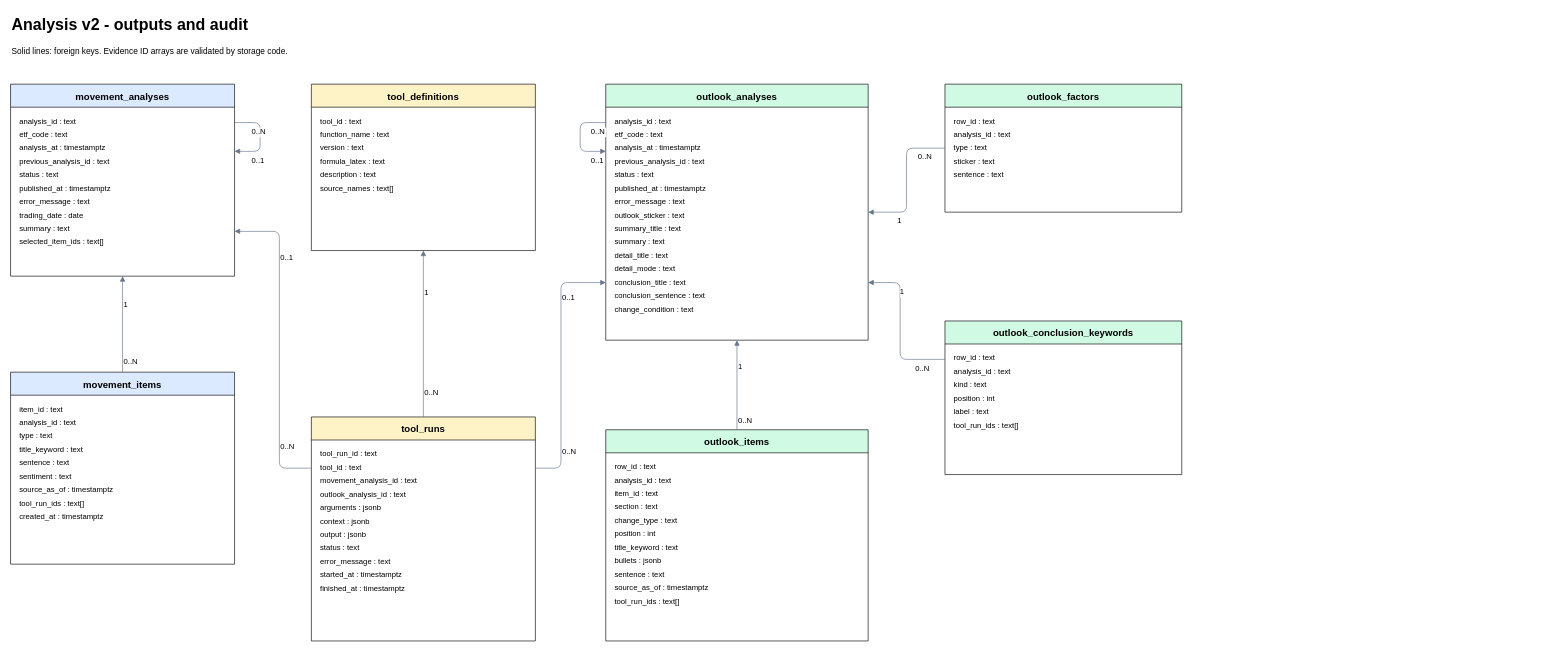
alphaeveryday/edge keeps this draw.io diagram as docs/data-model/domains/analysis-v2/erd.drawio. Above is the earlier version. Source tidied: cells renumbered, new cells numbered last; positions are measured from the earlier drawing's top-left corner, leaving out a move shared by most shapes. Both pictures are drawn from the tidied source at 64%, with x=0, y=0 at pixel (10, 10).
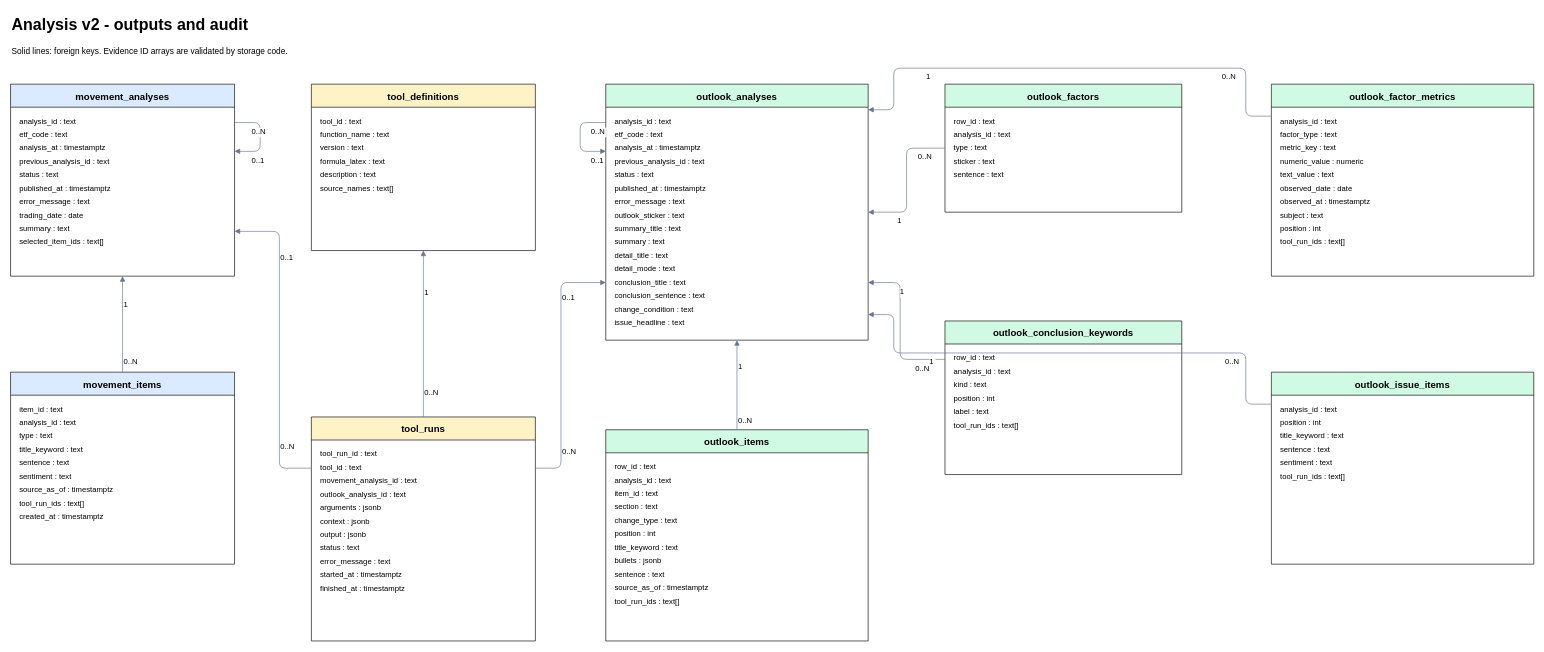
Above is the later version.

Commit message (it also covers changes not shown here):
docs(schema): 요인 상세 테이블 ERD 반영

Refs: ALPHA-1089

The change refers to these unchanged cells:
```xml
<mxCell id="25" value="outlook_analyses" style="swimlane;html=0;startSize=36;fillColor=#d1fae5;fontSize=15;" parent="1" vertex="1">
  <mxGeometry x="930" y="115" width="410" height="400" as="geometry" />
</mxCell>
```

What changed in the source:
```diff
@@
+    <mxCell id="112" value="issue_headline : text" style="text;html=0;align=left;fontSize=12;" parent="25" vertex="1">
+      <mxGeometry x="12" y="359" width="390" height="21" as="geometry" />
+    </mxCell>
+    <mxCell id="113" value="outlook_factor_metrics" style="swimlane;html=0;startSize=36;fillColor=#d1fae5;fontSize=15;" parent="1" vertex="1">
+      <mxGeometry x="1970" y="115" width="410" height="300" as="geometry" />
+    </mxCell>
+    <mxCell id="114" value="analysis_id : text" style="text;html=0;align=left;fontSize=12;" parent="113" vertex="1">
+      <mxGeometry x="12" y="44" width="390" height="21" as="geometry" />
+    </mxCell>
+    <mxCell id="115" value="factor_type : text" style="text;html=0;align=left;fontSize=12;" parent="113" vertex="1">
+      <mxGeometry x="12" y="65" width="390" height="21" as="geometry" />
+    </mxCell>
+    <mxCell id="116" value="metric_key : text" style="text;html=0;align=left;fontSize=12;" parent="113" vertex="1">
+      <mxGeometry x="12" y="86" width="390" height="21" as="geometry" />
+    </mxCell>
+    <mxCell id="117" value="numeric_value : numeric" style="text;html=0;align=left;fontSize=12;" parent="113" vertex="1">
+      <mxGeometry x="12" y="107" width="390" height="21" as="geometry" />
+    </mxCell>
+    <mxCell id="118" value="text_value : text" style="text;html=0;align=left;fontSize=12;" parent="113" vertex="1">
+      <mxGeometry x="12" y="128" width="390" height="21" as="geometry" />
+    </mxCell>
+    <mxCell id="119" value="observed_date : date" style="text;html=0;align=left;fontSize=12;" parent="113" vertex="1">
+      <mxGeometry x="12" y="149" width="390" height="21" as="geometry" />
+    </mxCell>
+    <mxCell id="120" value="observed_at : timestamptz" style="text;html=0;align=left;fontSize=12;" parent="113" vertex="1">
+      <mxGeometry x="12" y="170" width="390" height="21" as="geometry" />
+    </mxCell>
+    <mxCell id="121" value="subject : text" style="text;html=0;align=left;fontSize=12;" parent="113" vertex="1">
+      <mxGeometry x="12" y="191" width="390" height="21" as="geometry" />
+    </mxCell>
+    <mxCell id="122" value="position : int" style="text;html=0;align=left;fontSize=12;" parent="113" vertex="1">
+      <mxGeometry x="12" y="212" width="390" height="21" as="geometry" />
+    </mxCell>
+    <mxCell id="123" value="tool_run_ids : text[]" style="text;html=0;align=left;fontSize=12;" parent="113" vertex="1">
+      <mxGeometry x="12" y="233" width="390" height="21" as="geometry" />
+    </mxCell>
+    <mxCell id="124" style="edgeStyle=orthogonalEdgeStyle;html=0;endArrow=block;strokeColor=#64748b;" parent="1" edge="1" source="113" target="25">
+      <mxGeometry relative="1" as="geometry">
+        <Array as="points">
+          <mxPoint x="1930" y="165" />
+          <mxPoint x="1930" y="90" />
+          <mxPoint x="1380" y="90" />
+          <mxPoint x="1380" y="155" />
+        </Array>
+      </mxGeometry>
+    </mxCell>
+    <mxCell id="125" value="0..N" style="edgeLabel;html=0;fontSize=12;" parent="124" vertex="1">
+      <mxGeometry x="-0.6" relative="1" as="geometry" />
+    </mxCell>
+    <mxCell id="126" value="1" style="edgeLabel;html=0;fontSize=12;" parent="124" vertex="1">
+      <mxGeometry x="0.6" relative="1" as="geometry" />
+    </mxCell>
+    <mxCell id="127" value="outlook_issue_items" style="swimlane;html=0;startSize=36;fillColor=#d1fae5;fontSize=15;" parent="1" vertex="1">
+      <mxGeometry x="1970" y="565" width="410" height="300" as="geometry" />
+    </mxCell>
+    <mxCell id="128" value="analysis_id : text" style="text;html=0;align=left;fontSize=12;" parent="127" vertex="1">
+      <mxGeometry x="12" y="44" width="390" height="21" as="geometry" />
+    </mxCell>
+    <mxCell id="129" value="position : int" style="text;html=0;align=left;fontSize=12;" parent="127" vertex="1">
+      <mxGeometry x="12" y="65" width="390" height="21" as="geometry" />
+    </mxCell>
+    <mxCell id="130" value="title_keyword : text" style="text;html=0;align=left;fontSize=12;" parent="127" vertex="1">
+      <mxGeometry x="12" y="86" width="390" height="21" as="geometry" />
+    </mxCell>
+    <mxCell id="131" value="sentence : text" style="text;html=0;align=left;fontSize=12;" parent="127" vertex="1">
+      <mxGeometry x="12" y="107" width="390" height="21" as="geometry" />
+    </mxCell>
+    <mxCell id="132" value="sentiment : text" style="text;html=0;align=left;fontSize=12;" parent="127" vertex="1">
+      <mxGeometry x="12" y="128" width="390" height="21" as="geometry" />
+    </mxCell>
+    <mxCell id="133" value="tool_run_ids : text[]" style="text;html=0;align=left;fontSize=12;" parent="127" vertex="1">
+      <mxGeometry x="12" y="149" width="390" height="21" as="geometry" />
+    </mxCell>
+    <mxCell id="134" style="edgeStyle=orthogonalEdgeStyle;html=0;endArrow=block;strokeColor=#64748b;" parent="1" edge="1" source="127" target="25">
+      <mxGeometry relative="1" as="geometry">
+        <Array as="points">
+          <mxPoint x="1930" y="615" />
+          <mxPoint x="1930" y="535" />
+          <mxPoint x="1380" y="535" />
+          <mxPoint x="1380" y="475" />
+        </Array>
+      </mxGeometry>
+    </mxCell>
+    <mxCell id="135" value="0..N" style="edgeLabel;html=0;fontSize=12;" parent="134" vertex="1">
+      <mxGeometry x="-0.6" relative="1" as="geometry" />
+    </mxCell>
+    <mxCell id="136" value="1" style="edgeLabel;html=0;fontSize=12;" parent="134" vertex="1">
+      <mxGeometry x="0.6" relative="1" as="geometry" />
+    </mxCell>
```
